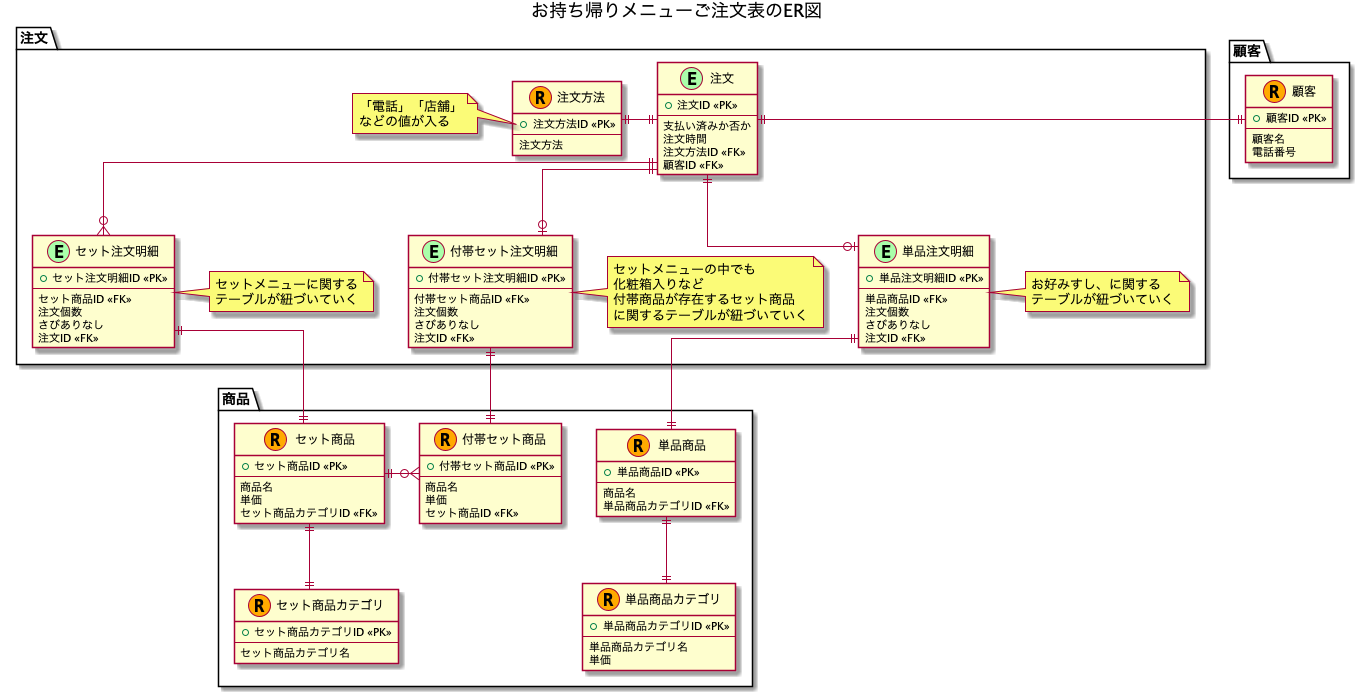
The PlantUML diagram assets/お持ち帰りメニューご注文表のER図.png in kamimi01/praha_challenge_tasks, before a commit.
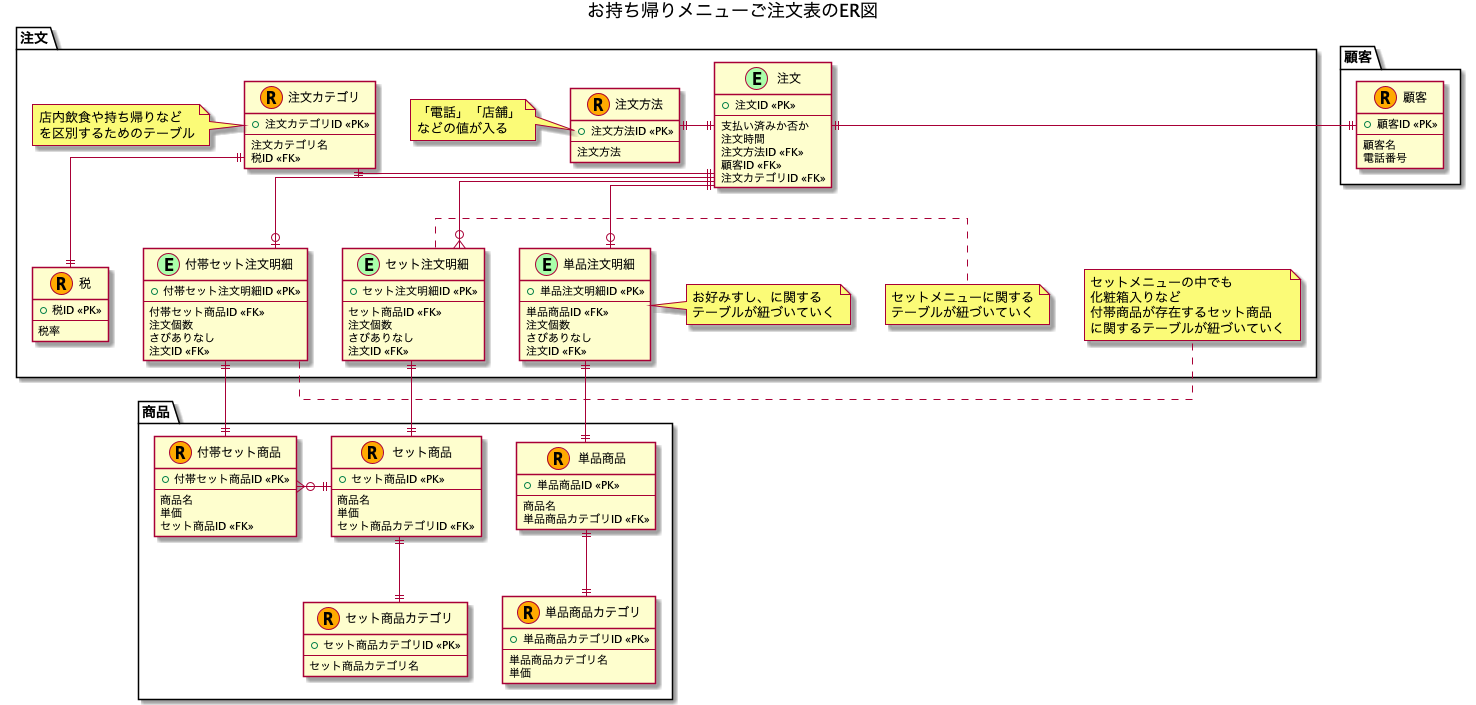
After the commit.

Commit message:
feat: 税への対応を追加

#81

Diff of the diagram source:
```diff
@@ -16,6 +16,7 @@
     注文時間
     注文方法ID <<FK>>
     顧客ID <<FK>>
+    注文カテゴリID <<FK>>
   }
 
   entity "セット注文明細" as set_order_detail <<E, EVENT_MARK_COLOR>> {
@@ -72,6 +73,24 @@
     「電話」「店舗」
     などの値が入る
   end note
+
+  entity "注文カテゴリ" as order_category <<R, RESOURCE_MARK_COLOR>> {
+    + 注文カテゴリID <<PK>>
+    ---
+    注文カテゴリ名
+    税ID <<FK>>
+  }
+
+  note left of order_category
+    店内飲食や持ち帰りなど
+    を区別するためのテーブル
+  end note
+
+  entity "税" as tax <<R, RESOURCE_MARK_COLOR>> {
+    + 税ID <<PK>>
+    ---
+    税率
+  }
 }
 
 package "商品" as productpkg {
@@ -124,7 +143,8 @@
 order ||-l-|| order_method
 order ||-d-o| order_detail
 order ||-d-o{ set_order_detail
-order ||--o| set_accessorial_order_detail
+order ||-d-o| set_accessorial_order_detail
+order ||-l-|| order_category
 set_order_detail ||-d-|| set_product
 order_detail ||--|| product
 set_accessorial_order_detail ||--|| accessorial_set_product
@@ -132,5 +152,6 @@
 set_product ||-r-o{ accessorial_set_product
 product ||--|| product_class
 order ||-l-|| customer
+order_category ||--|| tax
 
 @enduml
```
